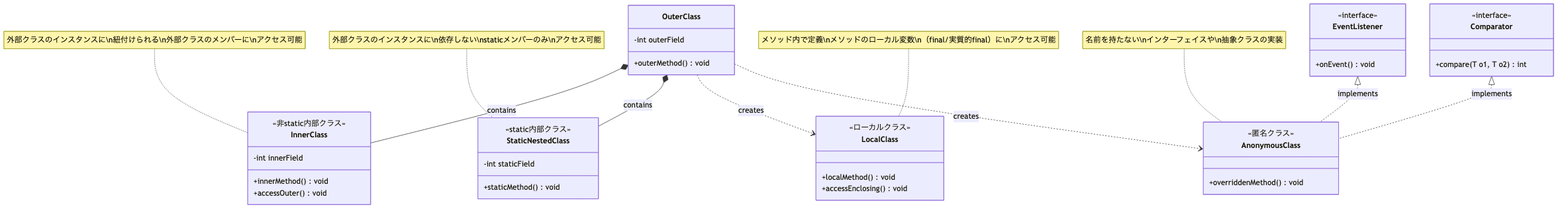
Nagatani/techbook-java-primer keeps this Mermaid diagram as manuscripts/images/diagrams/chapter08-inner-class-hierarchy.png. Above is the earlier version. Its source is kept beside it as docs/diagrams/chapter08-inner-class-hierarchy.mmd.
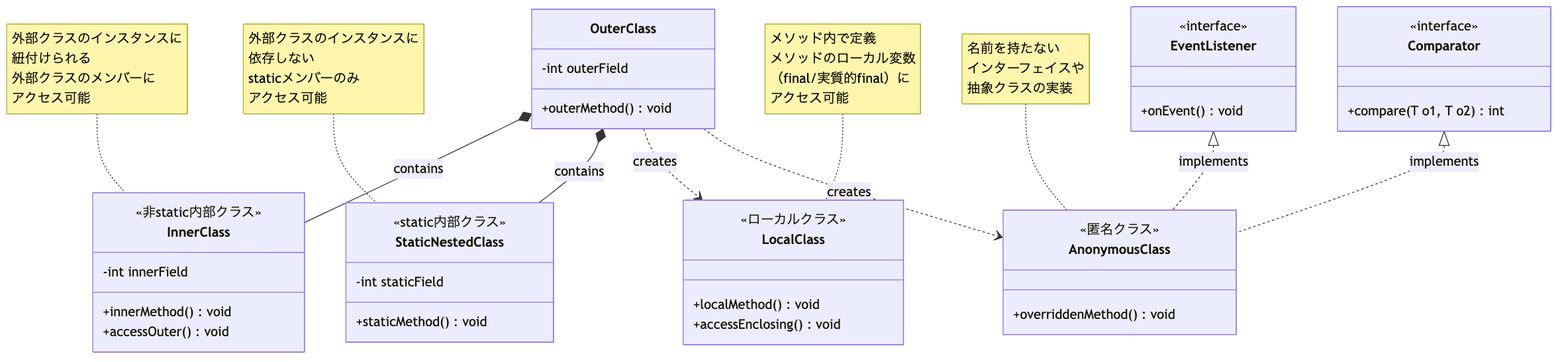
Above is the later version.

Diff of the diagram source:
```diff
@@ -45,7 +45,7 @@
     EventListener <|.. AnonymousClass : implements
     Comparator <|.. AnonymousClass : implements
 
-    note for InnerClass "外部クラスのインスタンスに\n紐付けられる\n外部クラスのメンバーに\nアクセス可能"
-    note for StaticNestedClass "外部クラスのインスタンスに\n依存しない\nstaticメンバーのみ\nアクセス可能"
-    note for LocalClass "メソッド内で定義\nメソッドのローカル変数\n（final/実質的final）に\nアクセス可能"
-    note for AnonymousClass "名前を持たない\nインターフェイスや\n抽象クラスの実装"
+    note for InnerClass "外部クラスのインスタンスに<br/>紐付けられる<br/>外部クラスのメンバーに<br/>アクセス可能"
+    note for StaticNestedClass "外部クラスのインスタンスに<br/>依存しない<br/>staticメンバーのみ<br/>アクセス可能"
+    note for LocalClass "メソッド内で定義<br/>メソッドのローカル変数<br/>（final/実質的final）に<br/>アクセス可能"
+    note for AnonymousClass "名前を持たない<br/>インターフェイスや<br/>抽象クラスの実装"
```
